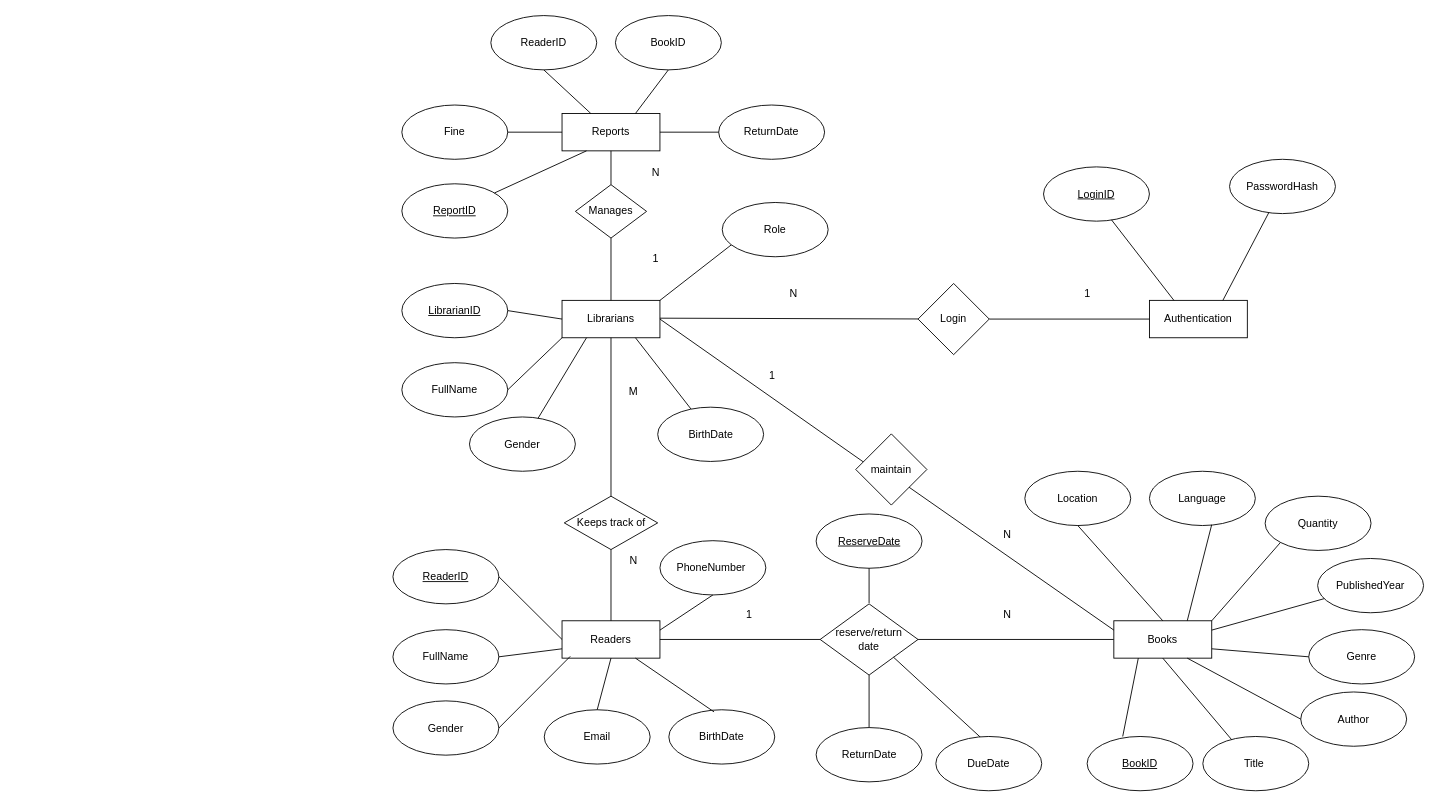
Earlier version of the draw.io diagram .idea/library.drawio (thanhpro0802/demo). Source tidied: cells renumbered, new cells numbered last; positions are measured from the earlier drawing's top-left corner, leaving out a move shared by most shapes. Both pictures are drawn from the tidied source at 89%, with x=0, y=0 at pixel (392, 15).
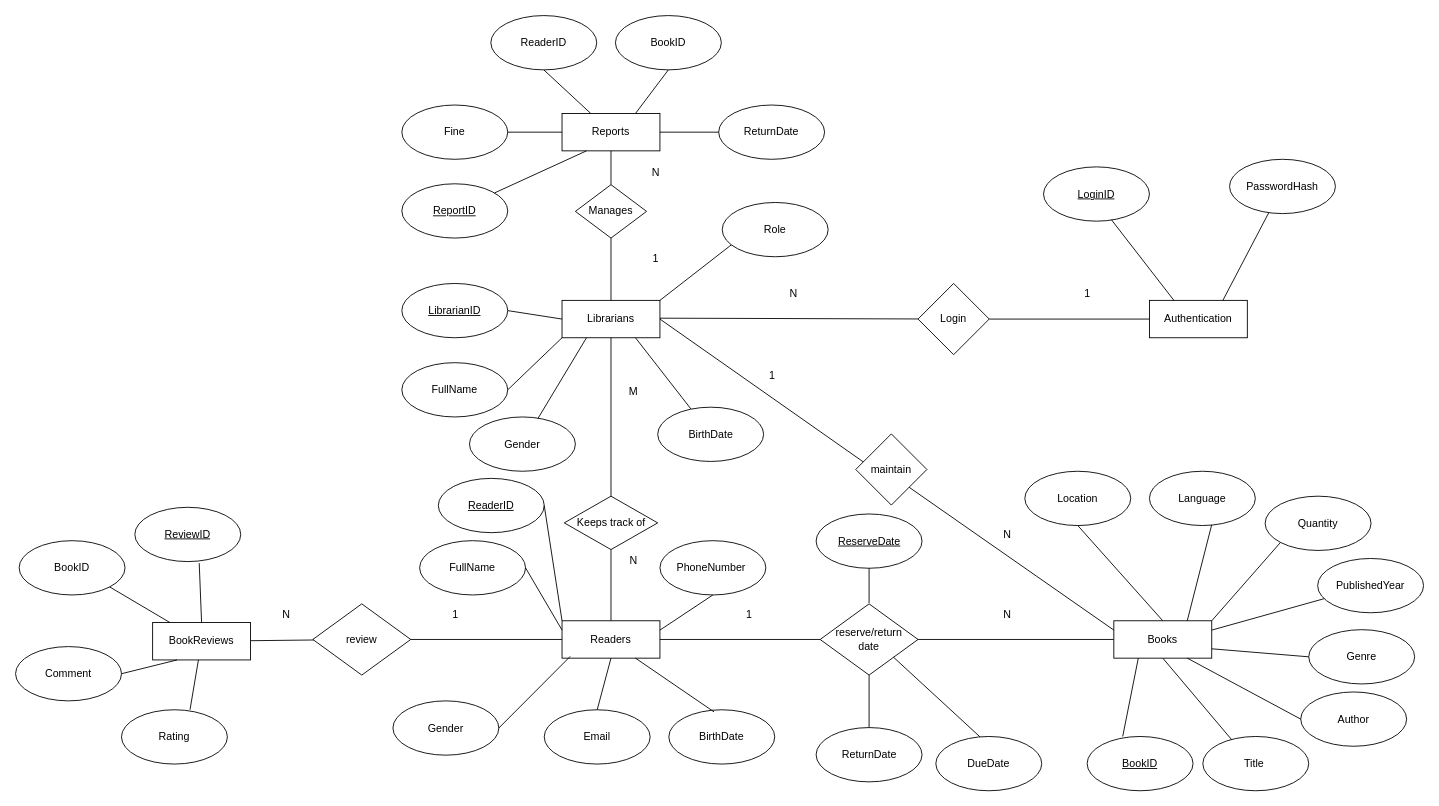
The same page after the edit.

The change refers to these unchanged cells:
```xml
<mxCell id="30" value="Readers" style="rounded=0;whiteSpace=wrap;html=1;" parent="1" vertex="1">
  <mxGeometry x="190" y="680" width="110" height="42" as="geometry" />
</mxCell>
```

Change to the diagram source:
```diff
@@
     <mxCell id="31" value="&lt;u&gt;ReaderID&lt;/u&gt;" style="ellipse;whiteSpace=wrap;html=1;" parent="1" vertex="1">
-      <mxGeometry y="600" width="119" height="61" as="geometry" />
+      <mxGeometry x="51" y="520" width="119" height="61" as="geometry" />
     </mxCell>
-    <mxCell id="32" style="endArrow=none;html=1;rounded=0;exitX=1;exitY=0.5;exitDx=0;exitDy=0;entryX=0;entryY=0.5;entryDx=0;entryDy=0;" parent="1" edge="1" source="31" target="30">
+    <mxCell id="32" style="endArrow=none;html=1;rounded=0;exitX=1;exitY=0.5;exitDx=0;exitDy=0;entryX=0;entryY=0;entryDx=0;entryDy=0;" parent="1" edge="1" source="31" target="30">
       <mxGeometry relative="1" as="geometry" />
     </mxCell>
     <mxCell id="33" value="FullName" style="ellipse;whiteSpace=wrap;html=1;" parent="1" vertex="1">
-      <mxGeometry y="690" width="119" height="61" as="geometry" />
+      <mxGeometry x="30" y="590" width="119" height="61" as="geometry" />
     </mxCell>
-    <mxCell id="34" style="endArrow=none;html=1;rounded=0;exitX=1;exitY=0.5;exitDx=0;exitDy=0;entryX=0;entryY=0.75;entryDx=0;entryDy=0;" parent="1" edge="1" source="33" target="30">
+    <mxCell id="34" style="endArrow=none;html=1;rounded=0;exitX=1;exitY=0.5;exitDx=0;exitDy=0;entryX=0;entryY=0.25;entryDx=0;entryDy=0;" parent="1" edge="1" source="33" target="30">
       <mxGeometry relative="1" as="geometry" />
     </mxCell>
@@
+    <mxCell id="90" value="review" style="rhombus;whiteSpace=wrap;html=1;" parent="1" vertex="1">
+      <mxGeometry x="-90" y="661" width="110" height="80" as="geometry" />
+    </mxCell>
+    <mxCell id="91" style="endArrow=none;html=1;rounded=0;exitX=1;exitY=0.5;exitDx=0;exitDy=0;entryX=0;entryY=0.5;entryDx=0;entryDy=0;" parent="1" edge="1" source="90" target="30">
+      <mxGeometry relative="1" as="geometry" />
+    </mxCell>
+    <mxCell id="92" style="endArrow=none;html=1;rounded=0;" parent="1" edge="1" source="94" target="90">
+      <mxGeometry relative="1" as="geometry" />
+    </mxCell>
+    <mxCell id="93" style="endArrow=none;html=1;rounded=0;" parent="1" edge="1" target="94">
+      <mxGeometry relative="1" as="geometry">
+        <mxPoint x="-260" y="700" as="sourcePoint" />
+      </mxGeometry>
+    </mxCell>
+    <mxCell id="94" value="BookReviews" style="rounded=0;whiteSpace=wrap;html=1;" parent="1" vertex="1">
+      <mxGeometry x="-270" y="682" width="110" height="42" as="geometry" />
+    </mxCell>
+    <mxCell id="95" value="&lt;u&gt;ReviewID&lt;/u&gt;" style="ellipse;whiteSpace=wrap;html=1;" parent="1" vertex="1">
+      <mxGeometry x="-290" y="552.5" width="119" height="61" as="geometry" />
+    </mxCell>
+    <mxCell id="96" value="BookID" style="ellipse;whiteSpace=wrap;html=1;" parent="1" vertex="1">
+      <mxGeometry x="-420" y="590" width="119" height="61" as="geometry" />
+    </mxCell>
+    <mxCell id="97" value="Comment" style="ellipse;whiteSpace=wrap;html=1;" parent="1" vertex="1">
+      <mxGeometry x="-424" y="709" width="119" height="61" as="geometry" />
+    </mxCell>
+    <mxCell id="98" value="Rating" style="ellipse;whiteSpace=wrap;html=1;" parent="1" vertex="1">
+      <mxGeometry x="-305" y="780" width="119" height="61" as="geometry" />
+    </mxCell>
+    <mxCell id="99" style="endArrow=none;html=1;rounded=0;exitX=0.5;exitY=0;exitDx=0;exitDy=0;entryX=0.608;entryY=1.028;entryDx=0;entryDy=0;entryPerimeter=0;" parent="1" edge="1" source="94" target="95">
+      <mxGeometry relative="1" as="geometry" />
+    </mxCell>
+    <mxCell id="100" style="endArrow=none;html=1;rounded=0;exitX=1;exitY=1;exitDx=0;exitDy=0;" parent="1" edge="1" source="96" target="94">
+      <mxGeometry relative="1" as="geometry" />
+    </mxCell>
+    <mxCell id="101" style="endArrow=none;html=1;rounded=0;exitX=1;exitY=0.5;exitDx=0;exitDy=0;entryX=0.25;entryY=1;entryDx=0;entryDy=0;" parent="1" edge="1" source="97" target="94">
+      <mxGeometry relative="1" as="geometry" />
+    </mxCell>
+    <mxCell id="102" style="endArrow=none;html=1;rounded=0;exitX=0.647;exitY=0;exitDx=0;exitDy=0;exitPerimeter=0;" parent="1" edge="1" source="98" target="94">
+      <mxGeometry relative="1" as="geometry" />
+    </mxCell>
+    <mxCell id="103" value="N" style="text;html=1;align=center;verticalAlign=middle;strokeColor=none;fillColor=none;" parent="1" vertex="1">
+      <mxGeometry x="-135" y="658" width="30" height="30" as="geometry" />
+    </mxCell>
+    <mxCell id="104" value="1" style="text;html=1;align=center;verticalAlign=middle;strokeColor=none;fillColor=none;" parent="1" vertex="1">
+      <mxGeometry x="55" y="658" width="30" height="30" as="geometry" />
+    </mxCell>
```
